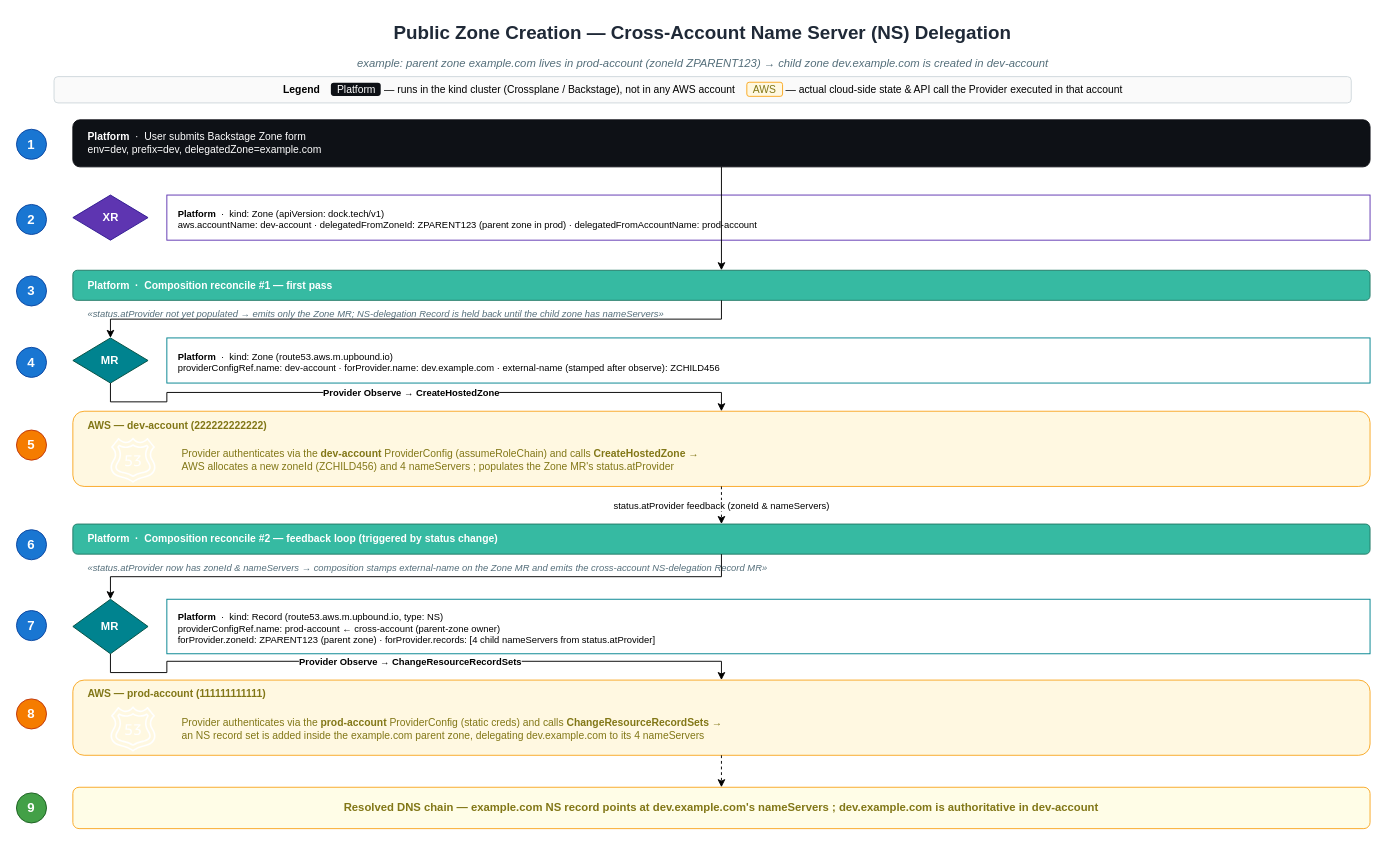
Before: page "2. Public Zone — Cross-Account Delegation" (2 of 5) of diagrams/dns-platform.drawio in arthur-bryan/aws-dns-crossplane-poc, a draw.io diagram. Source tidied: cells renumbered, new cells numbered last; positions are measured from the earlier drawing's top-left corner, leaving out a move shared by most shapes. Both pictures are drawn from the tidied source at 94%, with x=0, y=0 at pixel (16, 16).
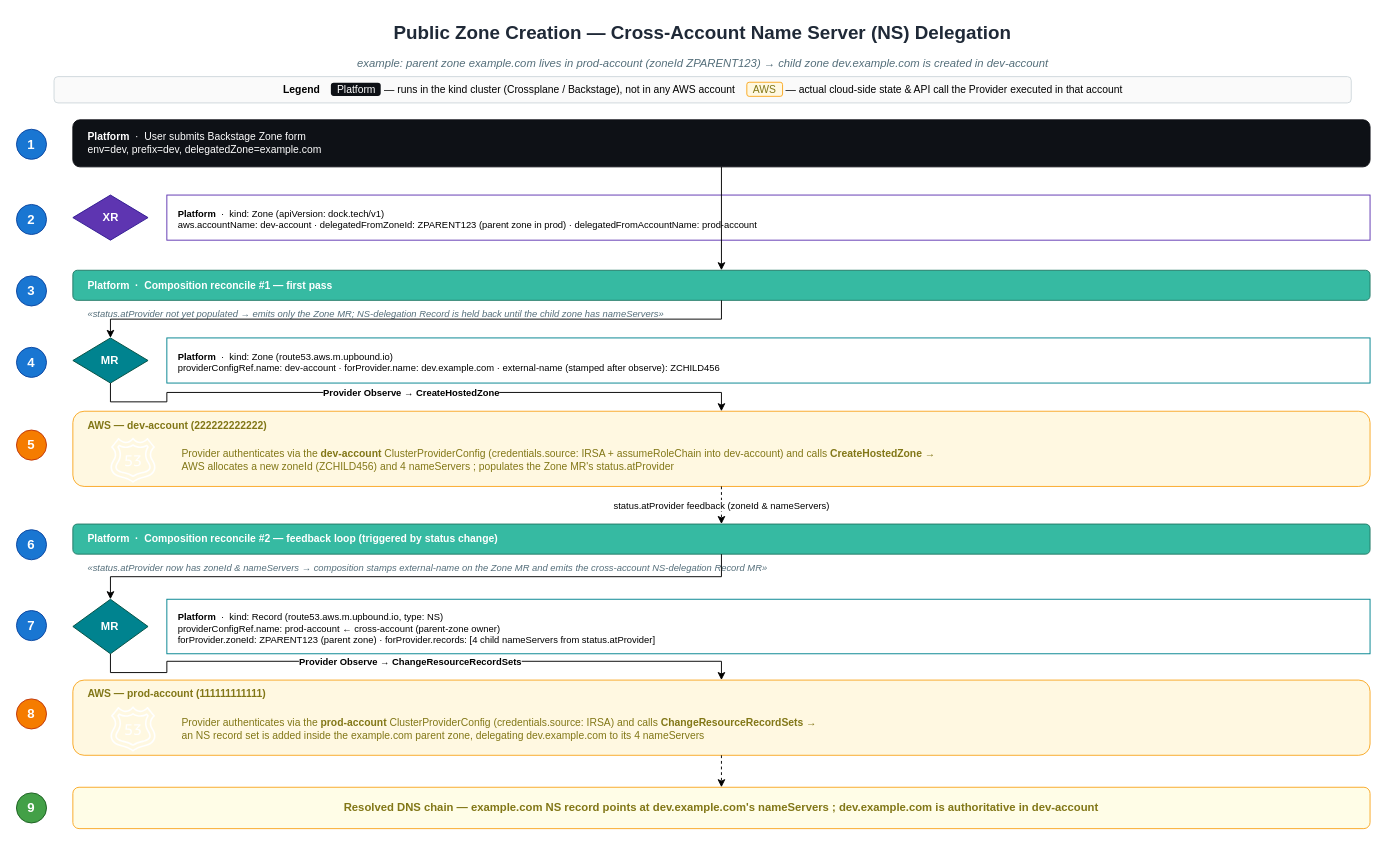
After the change.

What changed in the source:
```diff
@@
-    <mxCell id="22" value="Provider authenticates via the &lt;b&gt;dev-account&lt;/b&gt; ProviderConfig (assumeRoleChain) and calls &lt;b&gt;CreateHostedZone&lt;/b&gt; →&#10;AWS allocates a new zoneId (ZCHILD456) and 4 nameServers ; populates the Zone MR's status.atProvider" style="text;html=1;strokeColor=none;fillColor=none;align=left;verticalAlign=middle;fontSize=11;fontColor=#827717;spacingLeft=10;" parent="1" vertex="1">
+    <mxCell id="22" value="Provider authenticates via the &lt;b&gt;dev-account&lt;/b&gt; ClusterProviderConfig (credentials.source: IRSA + assumeRoleChain into dev-account) and calls &lt;b&gt;CreateHostedZone&lt;/b&gt; →&#10;AWS allocates a new zoneId (ZCHILD456) and 4 nameServers ; populates the Zone MR's status.atProvider" style="text;html=1;strokeColor=none;fillColor=none;align=left;verticalAlign=middle;fontSize=11;fontColor=#827717;spacingLeft=10;" parent="1" vertex="1">
       <mxGeometry x="164" y="448" width="1276" height="48" as="geometry" />
     </mxCell>
@@
-    <mxCell id="34" value="Provider authenticates via the &lt;b&gt;prod-account&lt;/b&gt; ProviderConfig (static creds) and calls &lt;b&gt;ChangeResourceRecordSets&lt;/b&gt; →&#10;an NS record set is added inside the example.com parent zone, delegating dev.example.com to its 4 nameServers" style="text;html=1;strokeColor=none;fillColor=none;align=left;verticalAlign=middle;fontSize=11;fontColor=#827717;spacingLeft=10;" parent="1" vertex="1">
+    <mxCell id="34" value="Provider authenticates via the &lt;b&gt;prod-account&lt;/b&gt; ClusterProviderConfig (credentials.source: IRSA) and calls &lt;b&gt;ChangeResourceRecordSets&lt;/b&gt; →&#10;an NS record set is added inside the example.com parent zone, delegating dev.example.com to its 4 nameServers" style="text;html=1;strokeColor=none;fillColor=none;align=left;verticalAlign=middle;fontSize=11;fontColor=#827717;spacingLeft=10;" parent="1" vertex="1">
       <mxGeometry x="164" y="734" width="1276" height="48" as="geometry" />
     </mxCell>
```
